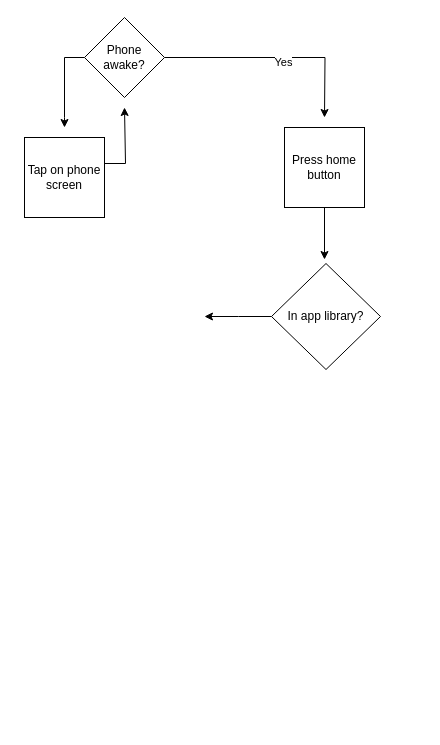
Above: Untitled Diagram.drawio in sofawho/ap-csp (draw.io), before the change. Source tidied: cells renumbered, new cells numbered last; positions are measured from the earlier drawing's top-left corner, leaving out a move shared by most shapes. Both pictures are drawn from the tidied source at 100%, with x=0, y=0 at pixel (24, 17).
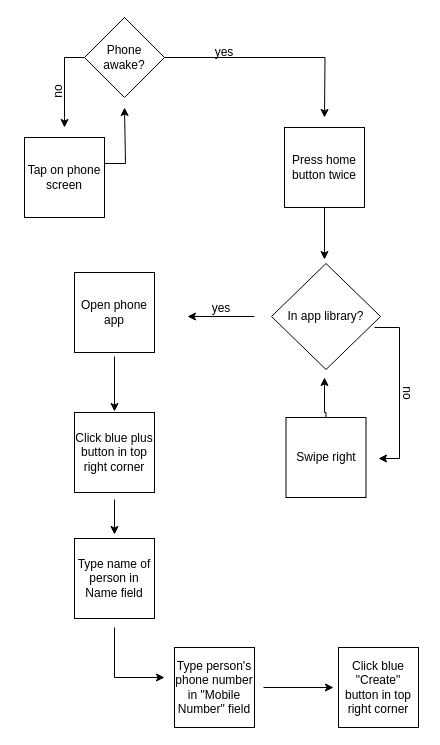
The same page after the edit.

The change refers to these unchanged cells:
```xml
<mxCell id="3" style="edgeStyle=orthogonalEdgeStyle;rounded=0;jettySize=auto;html=1;" parent="1" edge="1" source="5">
  <mxGeometry relative="1" as="geometry">
    <mxPoint x="300" y="100" as="targetPoint" />
  </mxGeometry>
</mxCell>
<mxCell id="11" value="In app library?" style="rhombus;whiteSpace=wrap;html=1;" parent="1" vertex="1">
  <mxGeometry x="247" y="246" width="109" height="106" as="geometry" />
</mxCell>
```

What changed in the source:
```diff
@@
-    <mxCell id="4" value="Yes" style="edgeLabel;html=1;align=center;verticalAlign=middle;" parent="3" vertex="1">
-      <mxGeometry x="0.07" y="-4" relative="1" as="geometry" />
-    </mxCell>
@@
-    <mxCell id="9" value="Press home button" style="whiteSpace=wrap;html=1;" parent="1" vertex="1">
+    <mxCell id="9" value="Press home button twice" style="whiteSpace=wrap;html=1;" parent="1" vertex="1">
       <mxGeometry x="260" y="110" width="80" height="80" as="geometry" />
     </mxCell>
-    <mxCell id="10" style="edgeStyle=orthogonalEdgeStyle;rounded=0;jettySize=auto;html=1;" parent="1" edge="1" source="11">
+    <mxCell id="10" style="edgeStyle=orthogonalEdgeStyle;rounded=0;orthogonalLoop=1;jettySize=auto;html=1;" parent="1" edge="1">
       <mxGeometry relative="1" as="geometry">
-        <mxPoint x="180" y="299" as="targetPoint" />
+        <mxPoint x="230" y="299" as="sourcePoint" />
+        <mxPoint x="163" y="299" as="targetPoint" />
       </mxGeometry>
     </mxCell>
+    <mxCell id="12" style="edgeStyle=orthogonalEdgeStyle;rounded=0;orthogonalLoop=1;jettySize=auto;html=1;" parent="1" edge="1">
+      <mxGeometry relative="1" as="geometry">
+        <mxPoint x="350" y="310" as="sourcePoint" />
+        <mxPoint x="354" y="441" as="targetPoint" />
+        <Array as="points">
+          <mxPoint x="375" y="310" />
+        </Array>
+      </mxGeometry>
+    </mxCell>
@@
+    <mxCell id="13" style="edgeStyle=orthogonalEdgeStyle;rounded=0;jettySize=auto;html=1;" parent="1" edge="1" source="14">
+      <mxGeometry relative="1" as="geometry">
+        <mxPoint x="300" y="360" as="targetPoint" />
+        <Array as="points">
+          <mxPoint x="302" y="395" />
+          <mxPoint x="300" y="395" />
+        </Array>
+      </mxGeometry>
+    </mxCell>
+    <mxCell id="14" value="Swipe right" style="whiteSpace=wrap;html=1;" parent="1" vertex="1">
+      <mxGeometry x="261.5" y="400" width="80" height="80" as="geometry" />
+    </mxCell>
+    <mxCell id="15" style="edgeStyle=orthogonalEdgeStyle;rounded=0;orthogonalLoop=1;jettySize=auto;html=1;" parent="1" edge="1">
+      <mxGeometry relative="1" as="geometry">
+        <mxPoint x="90" y="339" as="sourcePoint" />
+        <mxPoint x="90" y="394" as="targetPoint" />
+      </mxGeometry>
+    </mxCell>
+    <mxCell id="16" value="Open phone app" style="whiteSpace=wrap;html=1;" parent="1" vertex="1">
+      <mxGeometry x="50" y="255" width="80" height="80" as="geometry" />
+    </mxCell>
+    <mxCell id="17" style="edgeStyle=orthogonalEdgeStyle;rounded=0;orthogonalLoop=1;jettySize=auto;html=1;" parent="1" edge="1">
+      <mxGeometry relative="1" as="geometry">
+        <mxPoint x="90" y="482" as="sourcePoint" />
+        <mxPoint x="90" y="517" as="targetPoint" />
+      </mxGeometry>
+    </mxCell>
+    <mxCell id="18" value="Click blue plus button in top right corner" style="whiteSpace=wrap;html=1;" parent="1" vertex="1">
+      <mxGeometry x="50" y="395" width="80" height="80" as="geometry" />
+    </mxCell>
+    <mxCell id="19" value="Type name of person in Name field" style="whiteSpace=wrap;html=1;" parent="1" vertex="1">
+      <mxGeometry x="50" y="521" width="80" height="80" as="geometry" />
+    </mxCell>
+    <mxCell id="20" style="edgeStyle=orthogonalEdgeStyle;rounded=0;orthogonalLoop=1;jettySize=auto;html=1;" parent="1" edge="1">
+      <mxGeometry relative="1" as="geometry">
+        <mxPoint x="239" y="670" as="sourcePoint" />
+        <mxPoint x="309" y="670" as="targetPoint" />
+      </mxGeometry>
+    </mxCell>
+    <mxCell id="21" value="Type person's phone number in &quot;Mobile Number&quot; field" style="whiteSpace=wrap;html=1;" parent="1" vertex="1">
+      <mxGeometry x="150" y="630" width="80" height="80" as="geometry" />
+    </mxCell>
+    <mxCell id="22" value="Click blue &quot;Create&quot; button in top right corner" style="whiteSpace=wrap;html=1;" parent="1" vertex="1">
+      <mxGeometry x="314" y="630" width="80" height="80" as="geometry" />
+    </mxCell>
+    <mxCell id="23" style="endArrow=classic;html=1;rounded=0;" parent="1" edge="1">
+      <mxGeometry relative="1" as="geometry">
+        <mxPoint x="90" y="610" as="sourcePoint" />
+        <mxPoint x="140" y="660" as="targetPoint" />
+        <Array as="points">
+          <mxPoint x="90" y="660" />
+        </Array>
+      </mxGeometry>
+    </mxCell>
+    <mxCell id="24" value="yes" style="text;html=1;strokeColor=none;fillColor=none;align=center;verticalAlign=middle;whiteSpace=wrap;rounded=0;" parent="1" vertex="1">
+      <mxGeometry x="170" y="20" width="60" height="30" as="geometry" />
+    </mxCell>
+    <mxCell id="25" value="no" style="text;html=1;strokeColor=none;fillColor=none;align=center;verticalAlign=middle;whiteSpace=wrap;rounded=0;rotation=-90;" parent="1" vertex="1">
+      <mxGeometry x="4" y="59" width="60" height="30" as="geometry" />
+    </mxCell>
+    <mxCell id="26" value="yes" style="text;html=1;strokeColor=none;fillColor=none;align=center;verticalAlign=middle;whiteSpace=wrap;rounded=0;rotation=0;" parent="1" vertex="1">
+      <mxGeometry x="167" y="276" width="60" height="30" as="geometry" />
+    </mxCell>
+    <mxCell id="27" value="no" style="text;html=1;strokeColor=none;fillColor=none;align=center;verticalAlign=middle;whiteSpace=wrap;rounded=0;rotation=90;" parent="1" vertex="1">
+      <mxGeometry x="353" y="361" width="60" height="30" as="geometry" />
+    </mxCell>
```
